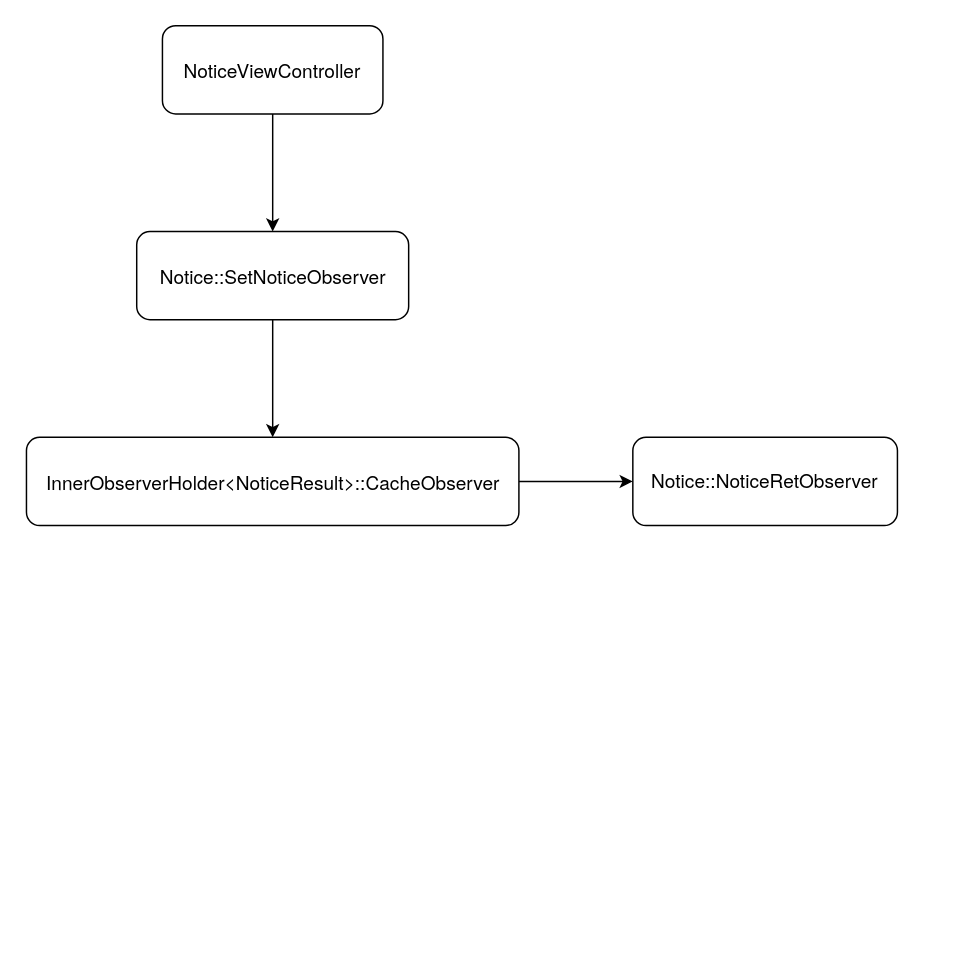
The draw.io diagram INTL SDK Notice Module.drawio in star-j/Flowchart, before the edit. Source tidied: cells renumbered, new cells numbered last; positions are measured from the earlier drawing's top-left corner, leaving out a move shared by most shapes. Both pictures are drawn from the tidied source at 147%, with x=0, y=0 at pixel (26, 25).
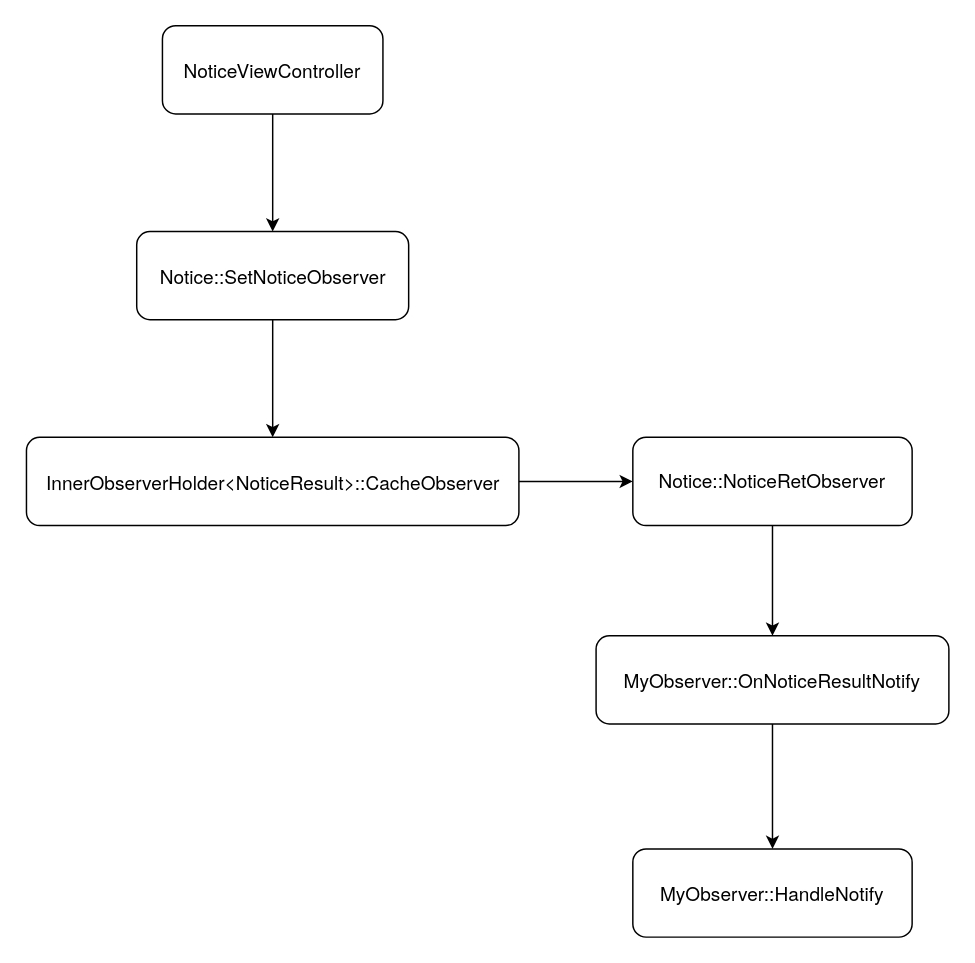
After the change.

Change to the diagram source:
```diff
@@
 <mxGraphModel>
   <root>
     <mxCell id="0" />
     <mxCell id="1" parent="0" />
     <mxCell id="2" style="edgeStyle=orthogonalEdgeStyle;rounded=0;jettySize=auto;html=1;" parent="1" edge="1" source="3" target="5">
       <mxGeometry relative="1" as="geometry" />
     </mxCell>
     <mxCell id="3" value="&lt;p style=&quot;margin: 0px ; font-stretch: normal ; font-size: 13px ; line-height: normal ; font-family: &amp;#34;helvetica neue&amp;#34;&quot;&gt;NoticeViewController&lt;/p&gt;" style="rounded=1;whiteSpace=wrap;html=1;" parent="1" vertex="1">
       <mxGeometry x="92" width="150" height="60" as="geometry" />
     </mxCell>
     <mxCell id="4" style="edgeStyle=orthogonalEdgeStyle;rounded=0;jettySize=auto;html=1;" parent="1" edge="1" source="5" target="7">
       <mxGeometry relative="1" as="geometry" />
     </mxCell>
     <mxCell id="5" value="&lt;p style=&quot;margin: 0px ; font-stretch: normal ; font-size: 13px ; line-height: normal ; font-family: &amp;#34;helvetica neue&amp;#34;&quot;&gt;Notice::SetNoticeObserver&lt;/p&gt;" style="whiteSpace=wrap;html=1;rounded=1;" parent="1" vertex="1">
       <mxGeometry x="74.5" y="140" width="185" height="60" as="geometry" />
     </mxCell>
     <mxCell id="6" style="edgeStyle=orthogonalEdgeStyle;rounded=0;jettySize=auto;html=1;" parent="1" edge="1" source="7" target="8">
       <mxGeometry relative="1" as="geometry" />
     </mxCell>
     <mxCell id="7" value="&lt;p style=&quot;margin: 0px ; font-stretch: normal ; font-size: 13px ; line-height: normal ; font-family: &amp;#34;helvetica neue&amp;#34;&quot;&gt;InnerObserverHolder&amp;lt;NoticeResult&amp;gt;::CacheObserver&lt;/p&gt;" style="whiteSpace=wrap;html=1;rounded=1;" parent="1" vertex="1">
       <mxGeometry x="-0.5" y="280" width="335" height="60" as="geometry" />
     </mxCell>
+    <mxCell id="9" style="edgeStyle=orthogonalEdgeStyle;rounded=0;jettySize=auto;html=1;" parent="1" edge="1" source="8" target="11">
+      <mxGeometry relative="1" as="geometry" />
+    </mxCell>
     <mxCell id="8" value="&lt;span style=&quot;font-family: &amp;#34;helvetica neue&amp;#34; ; font-size: 13px&quot;&gt;Notice::NoticeRetObserver&lt;/span&gt;" style="whiteSpace=wrap;html=1;rounded=1;" parent="1" vertex="1">
-      <mxGeometry x="412" y="280" width="180" height="60" as="geometry" />
+      <mxGeometry x="412" y="280" width="190" height="60" as="geometry" />
     </mxCell>
+    <mxCell id="10" style="edgeStyle=orthogonalEdgeStyle;rounded=0;jettySize=auto;html=1;" parent="1" edge="1" source="11" target="12">
+      <mxGeometry relative="1" as="geometry" />
+    </mxCell>
+    <mxCell id="11" value="&lt;p style=&quot;margin: 0px ; font-stretch: normal ; font-size: 13px ; line-height: normal ; font-family: &amp;#34;helvetica neue&amp;#34;&quot;&gt;MyObserver::OnNoticeResultNotify&lt;/p&gt;" style="whiteSpace=wrap;html=1;rounded=1;" parent="1" vertex="1">
+      <mxGeometry x="387" y="415" width="240" height="60" as="geometry" />
+    </mxCell>
+    <mxCell id="12" value="&lt;p style=&quot;margin: 0px ; font-stretch: normal ; font-size: 13px ; line-height: normal ; font-family: &amp;#34;helvetica neue&amp;#34;&quot;&gt;MyObserver::HandleNotify&lt;/p&gt;" style="whiteSpace=wrap;html=1;rounded=1;" parent="1" vertex="1">
+      <mxGeometry x="412" y="560" width="190" height="60" as="geometry" />
+    </mxCell>
   </root>
 </mxGraphModel>
```
